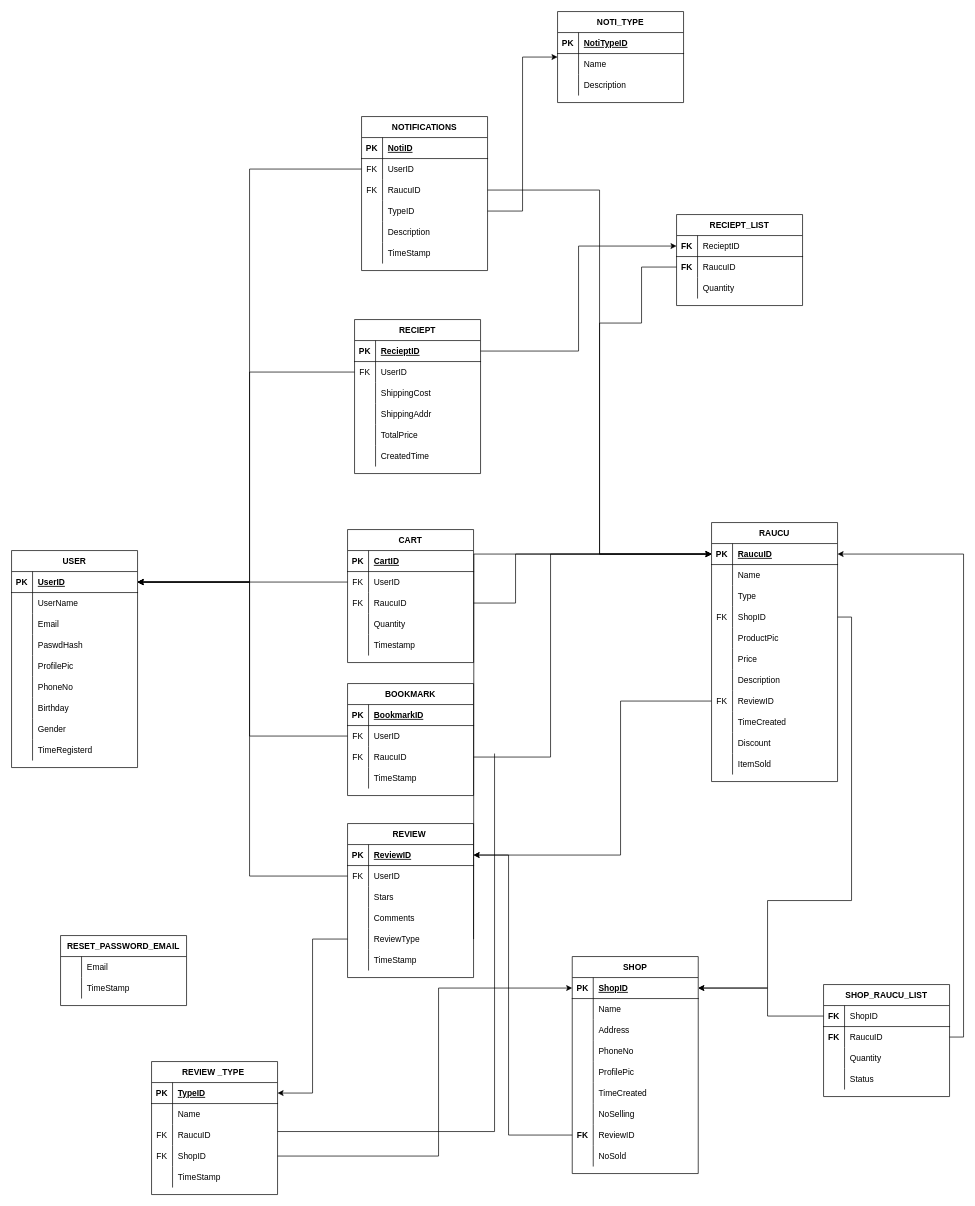
mcbutt007/Rau-cu-xanh-backend keeps this draw.io diagram as database/SoDoQuanHe.drawio. Above is the earlier version. Source tidied: cells renumbered, new cells numbered last; positions are measured from the earlier drawing's top-left corner, leaving out a move shared by most shapes. Both pictures are drawn from the tidied source at 70%, with x=0, y=0 at pixel (11, 11).
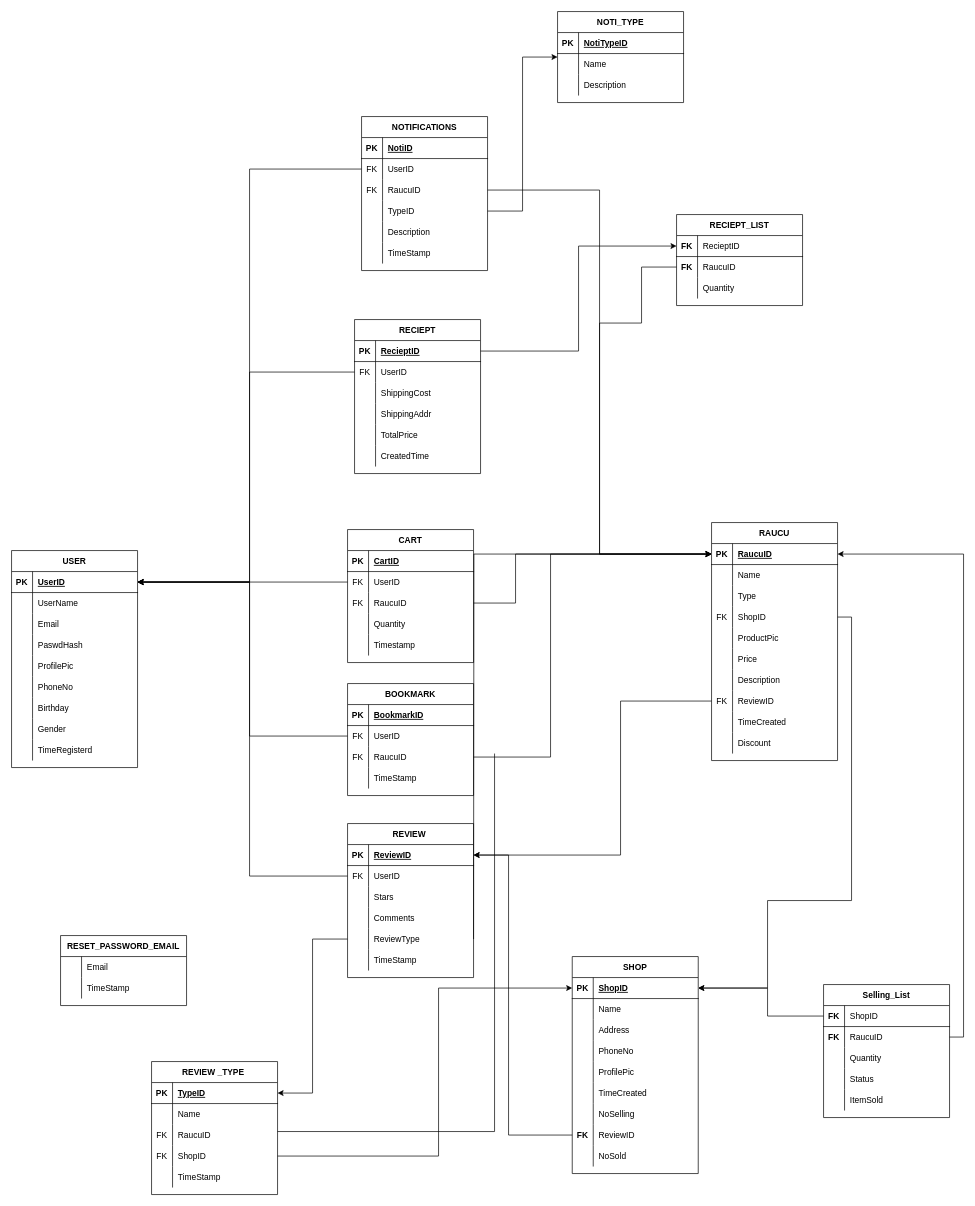
Above is the later version.

What changed in the source:
```diff
@@
     <mxCell id="30" value="RAUCU" style="shape=table;startSize=30;childLayout=tableLayout;rowLines=0;fontStyle=1;align=center;" parent="1" vertex="1">
-      <mxGeometry x="1000" y="730" width="180" height="370" as="geometry" />
+      <mxGeometry x="1000" y="730" width="180" height="340" as="geometry" />
     </mxCell>
@@
-    <mxCell id="61" style="shape=tableRow;horizontal=0;startSize=0;swimlaneHead=0;swimlaneBody=0;fillColor=none;top=0;left=0;right=0;bottom=0;" parent="30" vertex="1">
-      <mxGeometry y="330" width="180" height="30" as="geometry" />
-    </mxCell>
-    <mxCell id="62" style="shape=partialRectangle;fillColor=none;top=0;left=0;bottom=0;right=0;overflow=hidden;" parent="61" vertex="1">
-      <mxGeometry width="30" height="30" as="geometry" />
-    </mxCell>
-    <mxCell id="63" value="ItemSold" style="shape=partialRectangle;fillColor=none;top=0;left=0;bottom=0;right=0;align=left;spacingLeft=6;overflow=hidden;" parent="61" vertex="1">
-      <mxGeometry x="30" width="150" height="30" as="geometry" />
-    </mxCell>
@@
-    <mxCell id="185" value="SHOP_RAUCU_LIST" style="shape=table;startSize=30;childLayout=tableLayout;rowLines=0;fontStyle=1;align=center;" parent="1" vertex="1">
-      <mxGeometry x="1160" y="1390" width="180" height="160" as="geometry" />
+    <mxCell id="185" value="Selling_List" style="shape=table;startSize=30;childLayout=tableLayout;rowLines=0;fontStyle=1;align=center;" parent="1" vertex="1">
+      <mxGeometry x="1160" y="1390" width="180" height="190" as="geometry" />
     </mxCell>
@@
+    <mxCell id="255" style="shape=tableRow;horizontal=0;startSize=0;swimlaneHead=0;swimlaneBody=0;fillColor=none;top=0;left=0;right=0;bottom=0;" parent="185" vertex="1">
+      <mxGeometry y="150" width="180" height="30" as="geometry" />
+    </mxCell>
+    <mxCell id="256" style="shape=partialRectangle;fillColor=none;top=0;left=0;bottom=0;right=0;overflow=hidden;fontStyle=1;" parent="255" vertex="1">
+      <mxGeometry width="30" height="30" as="geometry" />
+    </mxCell>
+    <mxCell id="63" value="ItemSold" style="shape=partialRectangle;fillColor=none;top=0;left=0;bottom=0;right=0;align=left;spacingLeft=6;overflow=hidden;" parent="255" vertex="1">
+      <mxGeometry x="30" width="150" height="30" as="geometry" />
+    </mxCell>
```
